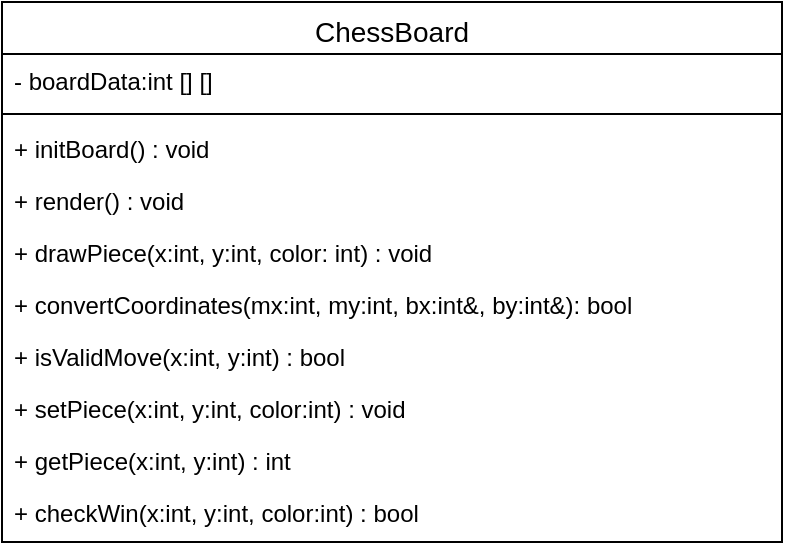
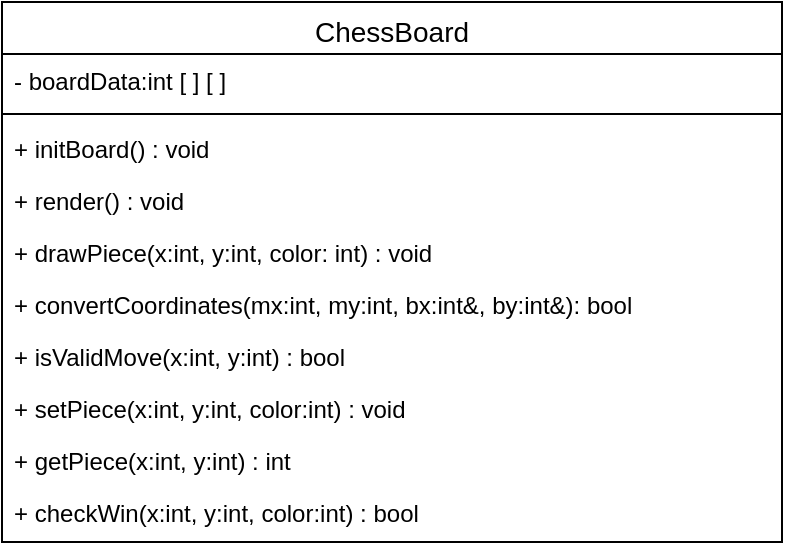
<mxfile host="app.diagrams.net">
  <diagram id="C5RBs43oDa-KdzZeNtuy" name="Page-1">
    <mxGraphModel dx="1201" dy="859" grid="1" gridSize="10" guides="1" tooltips="1" connect="1" arrows="1" fold="1" page="1" pageScale="1" pageWidth="827" pageHeight="1169" math="0" shadow="0">
      <root>
        <mxCell id="WIyWlLk6GJQsqaUBKTNV-0" />
        <mxCell id="WIyWlLk6GJQsqaUBKTNV-1" parent="WIyWlLk6GJQsqaUBKTNV-0" />
        <mxCell id="zkfFHV4jXpPFQw0GAbJ--6" parent="WIyWlLk6GJQsqaUBKTNV-1" style="swimlane;fontStyle=0;align=center;verticalAlign=top;childLayout=stackLayout;horizontal=1;startSize=26;horizontalStack=0;resizeParent=1;resizeLast=0;collapsible=1;marginBottom=0;rounded=0;shadow=0;strokeWidth=1;fontSize=14;" value="ChessBoard" vertex="1">
-           <mxGeometry height="270" width="390" x="110" y="200" as="geometry">
+           <mxGeometry height="270" width="390" x="220" y="240" as="geometry">
            <mxRectangle height="26" width="160" x="130" y="380" as="alternateBounds" />
          </mxGeometry>
        </mxCell>
-         <mxCell id="zkfFHV4jXpPFQw0GAbJ--7" parent="zkfFHV4jXpPFQw0GAbJ--6" style="text;align=left;verticalAlign=top;spacingLeft=4;spacingRight=4;overflow=hidden;rotatable=0;points=[[0,0.5],[1,0.5]];portConstraint=eastwest;" value="- boardData:int [] []" vertex="1">
+         <mxCell id="zkfFHV4jXpPFQw0GAbJ--7" parent="zkfFHV4jXpPFQw0GAbJ--6" style="text;align=left;verticalAlign=top;spacingLeft=4;spacingRight=4;overflow=hidden;rotatable=0;points=[[0,0.5],[1,0.5]];portConstraint=eastwest;" value="- boardData:int [ ] [ ]" vertex="1">
          <mxGeometry height="26" width="390" y="26" as="geometry" />
        </mxCell>
        <mxCell id="zkfFHV4jXpPFQw0GAbJ--9" parent="zkfFHV4jXpPFQw0GAbJ--6" style="line;html=1;strokeWidth=1;align=left;verticalAlign=middle;spacingTop=-1;spacingLeft=3;spacingRight=3;rotatable=0;labelPosition=right;points=[];portConstraint=eastwest;" value="" vertex="1">
          <mxGeometry height="8" width="390" y="52" as="geometry" />
        </mxCell>
        <mxCell id="zkfFHV4jXpPFQw0GAbJ--11" parent="zkfFHV4jXpPFQw0GAbJ--6" style="text;align=left;verticalAlign=top;spacingLeft=4;spacingRight=4;overflow=hidden;rotatable=0;points=[[0,0.5],[1,0.5]];portConstraint=eastwest;" value="+ initBoard() : void" vertex="1">
          <mxGeometry height="26" width="390" y="60" as="geometry" />
        </mxCell>
        <mxCell id="HBTNYWOR6v0eBRnPvMGi-2" parent="zkfFHV4jXpPFQw0GAbJ--6" style="text;align=left;verticalAlign=top;spacingLeft=4;spacingRight=4;overflow=hidden;rotatable=0;points=[[0,0.5],[1,0.5]];portConstraint=eastwest;" value="+ render() : void" vertex="1">
          <mxGeometry height="26" width="390" y="86" as="geometry" />
        </mxCell>
        <mxCell id="HBTNYWOR6v0eBRnPvMGi-3" parent="zkfFHV4jXpPFQw0GAbJ--6" style="text;align=left;verticalAlign=top;spacingLeft=4;spacingRight=4;overflow=hidden;rotatable=0;points=[[0,0.5],[1,0.5]];portConstraint=eastwest;" value="+ drawPiece(x:int, y:int, color: int) : void" vertex="1">
          <mxGeometry height="26" width="390" y="112" as="geometry" />
        </mxCell>
        <mxCell id="HBTNYWOR6v0eBRnPvMGi-4" parent="zkfFHV4jXpPFQw0GAbJ--6" style="text;align=left;verticalAlign=top;spacingLeft=4;spacingRight=4;overflow=hidden;rotatable=0;points=[[0,0.5],[1,0.5]];portConstraint=eastwest;" value="+ convertCoordinates(mx:int, my:int, bx:int&amp;, by:int&amp;): bool" vertex="1">
          <mxGeometry height="26" width="390" y="138" as="geometry" />
        </mxCell>
        <mxCell id="HBTNYWOR6v0eBRnPvMGi-5" parent="zkfFHV4jXpPFQw0GAbJ--6" style="text;align=left;verticalAlign=top;spacingLeft=4;spacingRight=4;overflow=hidden;rotatable=0;points=[[0,0.5],[1,0.5]];portConstraint=eastwest;" value="+ isValidMove(x:int, y:int) : bool" vertex="1">
          <mxGeometry height="26" width="390" y="164" as="geometry" />
        </mxCell>
        <mxCell id="HBTNYWOR6v0eBRnPvMGi-6" parent="zkfFHV4jXpPFQw0GAbJ--6" style="text;align=left;verticalAlign=top;spacingLeft=4;spacingRight=4;overflow=hidden;rotatable=0;points=[[0,0.5],[1,0.5]];portConstraint=eastwest;" value="+ setPiece(x:int, y:int, color:int) : void" vertex="1">
          <mxGeometry height="26" width="390" y="190" as="geometry" />
        </mxCell>
        <mxCell id="HBTNYWOR6v0eBRnPvMGi-7" parent="zkfFHV4jXpPFQw0GAbJ--6" style="text;align=left;verticalAlign=top;spacingLeft=4;spacingRight=4;overflow=hidden;rotatable=0;points=[[0,0.5],[1,0.5]];portConstraint=eastwest;" value="+ getPiece(x:int, y:int) : int" vertex="1">
          <mxGeometry height="26" width="390" y="216" as="geometry" />
        </mxCell>
        <mxCell id="HBTNYWOR6v0eBRnPvMGi-8" parent="zkfFHV4jXpPFQw0GAbJ--6" style="text;align=left;verticalAlign=top;spacingLeft=4;spacingRight=4;overflow=hidden;rotatable=0;points=[[0,0.5],[1,0.5]];portConstraint=eastwest;" value="+ checkWin(x:int, y:int, color:int) : bool" vertex="1">
          <mxGeometry height="26" width="390" y="242" as="geometry" />
        </mxCell>
      </root>
    </mxGraphModel>
  </diagram>
</mxfile>
